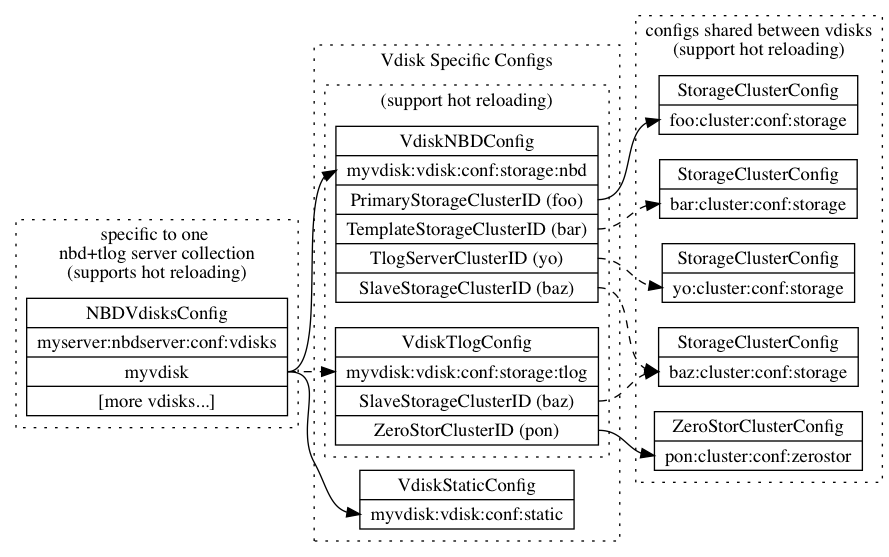
Earlier version of the Graphviz export docs/assets/config_relations.png (g8os/EFBD). Its source is kept beside it as docs/assets/src/config_relations.dot.
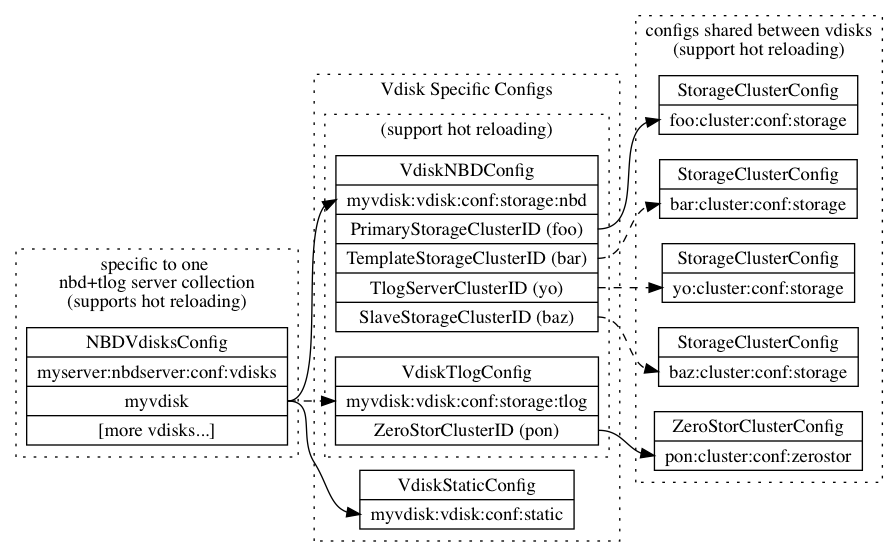
The same file after the commit.

Commit message:
update config documentation (remove slave ref from tlog)

What changed in the source:
```diff
@@ -37,7 +37,6 @@
             VdiskTlogConfig [
                 shape = "record"
                 label = "VdiskTlogConfig | <key> myvdisk:vdisk:conf:storage:tlog |
-                        <s> SlaveStorageClusterID (baz) |
                         <t> ZeroStorClusterID (pon)"
             ]
         }
@@ -83,5 +82,4 @@
     VdiskNBDConfig:tl -> TlogStorageConfig:key [ style = "dashed" ]
 
     VdiskTlogConfig:t -> ZeroStorClusterConfig:key
-    VdiskTlogConfig:s -> SlaveStorageConfig:key [ style = "dashed" ]
 }
```
